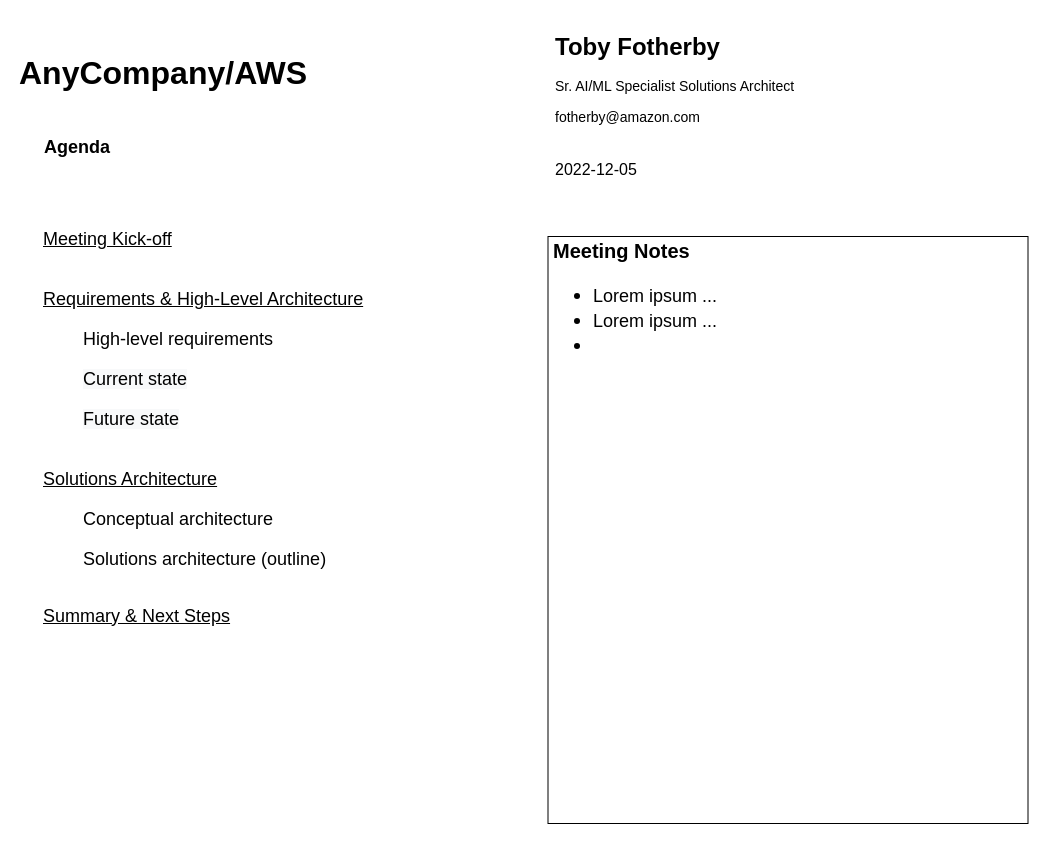
This is page "Agenda" (1 of 6) of AB2 - 2022-12-04-v1.drawio from fotoby/ab3, a draw.io file, before an edit. Source tidied: cells renumbered, new cells numbered last; positions are measured from the earlier drawing's top-left corner, leaving out a move shared by most shapes. Both pictures are drawn from the tidied source at 100%, with x=0, y=0 at pixel (17, 27).
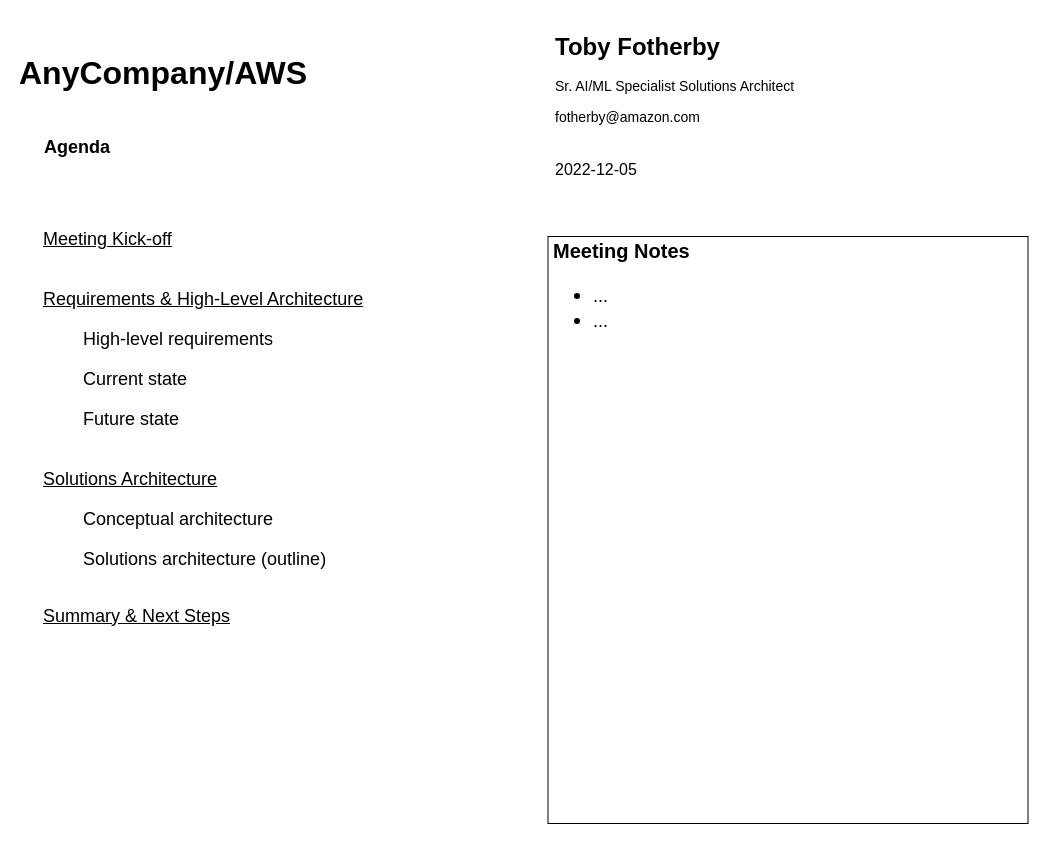
The same page after the edit.

Diff of the diagram source:
```diff
@@
 <mxGraphModel>
   <root>
     <mxCell id="0" />
     <mxCell id="1" parent="0" />
     <mxCell id="2" value="Agenda" style="text;html=1;strokeColor=none;fillColor=none;align=center;verticalAlign=middle;whiteSpace=wrap;rounded=0;shadow=0;fontSize=18;fontStyle=1;" parent="1" vertex="1">
       <mxGeometry x="30" y="105" width="60" height="30" as="geometry" />
     </mxCell>
     <mxCell id="3" value="&lt;u&gt;Meeting Kick-off&lt;/u&gt;" style="text;html=1;strokeColor=none;fillColor=none;align=left;verticalAlign=middle;whiteSpace=wrap;rounded=0;shadow=0;fontSize=18;" parent="1" vertex="1">
       <mxGeometry x="24" y="197" width="480" height="30" as="geometry" />
     </mxCell>
     <mxCell id="4" value="&lt;u&gt;Requirements &amp;amp; High-Level Architecture&lt;/u&gt;" style="text;html=1;strokeColor=none;fillColor=none;align=left;verticalAlign=middle;whiteSpace=wrap;rounded=0;shadow=0;fontSize=18;" parent="1" vertex="1">
       <mxGeometry x="24" y="257" width="480" height="30" as="geometry" />
     </mxCell>
     <mxCell id="5" value="&lt;u&gt;Solutions Architecture&lt;/u&gt;" style="text;html=1;strokeColor=none;fillColor=none;align=left;verticalAlign=middle;whiteSpace=wrap;rounded=0;shadow=0;fontSize=18;" parent="1" vertex="1">
       <mxGeometry x="24" y="437" width="480" height="30" as="geometry" />
     </mxCell>
     <mxCell id="6" value="&lt;u&gt;Summary &amp;amp; Next Steps&lt;/u&gt;" style="text;html=1;strokeColor=none;fillColor=none;align=left;verticalAlign=middle;whiteSpace=wrap;rounded=0;shadow=0;fontSize=18;" parent="1" vertex="1">
       <mxGeometry x="24" y="574" width="480" height="30" as="geometry" />
     </mxCell>
     <mxCell id="7" value="Conceptual architecture" style="text;html=1;strokeColor=none;fillColor=none;align=left;verticalAlign=middle;whiteSpace=wrap;rounded=0;shadow=0;fontSize=18;" parent="1" vertex="1">
       <mxGeometry x="64" y="477" width="480" height="30" as="geometry" />
     </mxCell>
     <mxCell id="8" value="Solutions architecture (outline)" style="text;html=1;strokeColor=none;fillColor=none;align=left;verticalAlign=middle;whiteSpace=wrap;rounded=0;shadow=0;fontSize=18;" parent="1" vertex="1">
       <mxGeometry x="64" y="517" width="480" height="30" as="geometry" />
     </mxCell>
     <mxCell id="9" value="High-level requirements" style="text;html=1;strokeColor=none;fillColor=none;align=left;verticalAlign=middle;whiteSpace=wrap;rounded=0;shadow=0;fontSize=18;" parent="1" vertex="1">
       <mxGeometry x="64" y="297" width="480" height="30" as="geometry" />
     </mxCell>
     <mxCell id="10" value="&lt;span style=&quot;caret-color: rgb(0, 0, 0); color: rgb(0, 0, 0); font-family: Helvetica; font-size: 18px; font-style: normal; font-variant-caps: normal; font-weight: 400; letter-spacing: normal; text-align: left; text-indent: 0px; text-transform: none; word-spacing: 0px; -webkit-text-stroke-width: 0px; background-color: rgb(248, 249, 250); text-decoration: none; float: none; display: inline !important;&quot;&gt;Future state&lt;/span&gt;" style="text;html=1;strokeColor=none;fillColor=none;align=left;verticalAlign=middle;whiteSpace=wrap;rounded=0;shadow=0;fontSize=18;" parent="1" vertex="1">
       <mxGeometry x="64" y="377" width="480" height="30" as="geometry" />
     </mxCell>
     <mxCell id="11" value="&lt;font style=&quot;font-size: 16px;&quot;&gt;2022-12-05&lt;/font&gt;" style="text;html=1;strokeColor=none;fillColor=none;align=left;verticalAlign=middle;whiteSpace=wrap;rounded=0;dashed=1;labelBackgroundColor=#FFFFFF;fontSize=24;fontColor=#000000;" parent="1" vertex="1">
       <mxGeometry x="536" y="125" width="143" height="30" as="geometry" />
     </mxCell>
     <mxCell id="12" value="&lt;font style=&quot;font-size: 32px;&quot;&gt;AnyCompany/AWS&lt;/font&gt;" style="text;html=1;strokeColor=none;fillColor=none;align=left;verticalAlign=middle;whiteSpace=wrap;rounded=0;shadow=0;fontSize=18;fontStyle=1;" parent="1" vertex="1">
       <mxGeometry y="31" width="329" height="29" as="geometry" />
     </mxCell>
     <mxCell id="13" value="&lt;span style=&quot;caret-color: rgb(0, 0, 0); color: rgb(0, 0, 0); font-family: Helvetica; font-size: 18px; font-style: normal; font-variant-caps: normal; font-weight: 400; letter-spacing: normal; text-align: left; text-indent: 0px; text-transform: none; word-spacing: 0px; -webkit-text-stroke-width: 0px; background-color: rgb(248, 249, 250); text-decoration: none; float: none; display: inline !important;&quot;&gt;Current state&lt;/span&gt;" style="text;html=1;strokeColor=none;fillColor=none;align=left;verticalAlign=middle;whiteSpace=wrap;rounded=0;shadow=0;fontSize=18;" parent="1" vertex="1">
       <mxGeometry x="64" y="337" width="480" height="30" as="geometry" />
     </mxCell>
     <mxCell id="14" value="&lt;h1&gt;Toby Fotherby&lt;/h1&gt;&lt;p style=&quot;font-size: 14px;&quot;&gt;&lt;font style=&quot;font-size: 14px;&quot;&gt;Sr. AI/ML Specialist Solutions Architect&lt;/font&gt;&lt;/p&gt;&lt;p style=&quot;font-size: 14px;&quot;&gt;&lt;font style=&quot;font-size: 14px;&quot;&gt;fotherby@amazon.com&lt;/font&gt;&lt;/p&gt;" style="text;html=1;strokeColor=none;fillColor=none;spacing=5;spacingTop=-20;whiteSpace=wrap;overflow=hidden;rounded=0;" parent="1" vertex="1">
       <mxGeometry x="533" width="281" height="120" as="geometry" />
     </mxCell>
-    <mxCell id="15" value="&lt;h1 style=&quot;font-size: 20px;&quot;&gt;&lt;font style=&quot;font-size: 20px;&quot;&gt;Meeting Notes&lt;/font&gt;&lt;/h1&gt;&lt;h1 style=&quot;font-size: 20px;&quot;&gt;&lt;ul&gt;&lt;li&gt;&lt;font style=&quot;font-size: 18px;&quot;&gt;&lt;span style=&quot;font-weight: normal;&quot;&gt;Lorem ipsum ...&lt;/span&gt;&lt;br&gt;&lt;/font&gt;&lt;/li&gt;&lt;li style=&quot;font-size: 20px;&quot;&gt;&lt;span style=&quot;font-weight: 400;&quot;&gt;&lt;font style=&quot;font-size: 18px;&quot;&gt;Lorem ipsum ...&lt;/font&gt;&lt;/span&gt;&lt;br&gt;&lt;/li&gt;&lt;li style=&quot;font-size: 20px;&quot;&gt;&lt;span style=&quot;font-weight: 400;&quot;&gt;&lt;font style=&quot;font-size: 18px;&quot;&gt;&lt;br&gt;&lt;/font&gt;&lt;/span&gt;&lt;/li&gt;&lt;/ul&gt;&lt;/h1&gt;" style="text;html=1;strokeColor=default;fillColor=none;spacing=5;spacingTop=-20;whiteSpace=wrap;overflow=hidden;rounded=0;shadow=0;" parent="1" vertex="1">
+    <mxCell id="15" value="&lt;h1 style=&quot;font-size: 20px;&quot;&gt;&lt;font style=&quot;font-size: 20px;&quot;&gt;Meeting Notes&lt;/font&gt;&lt;/h1&gt;&lt;h1 style=&quot;font-size: 20px;&quot;&gt;&lt;ul&gt;&lt;li&gt;&lt;font style=&quot;font-size: 18px;&quot;&gt;&lt;span style=&quot;font-weight: normal;&quot;&gt;...&lt;/span&gt;&lt;br&gt;&lt;/font&gt;&lt;/li&gt;&lt;li style=&quot;font-size: 20px;&quot;&gt;&lt;span style=&quot;font-weight: 400;&quot;&gt;&lt;font style=&quot;font-size: 18px;&quot;&gt;...&lt;/font&gt;&lt;/span&gt;&lt;/li&gt;&lt;/ul&gt;&lt;/h1&gt;" style="text;html=1;strokeColor=default;fillColor=none;spacing=5;spacingTop=-20;whiteSpace=wrap;overflow=hidden;rounded=0;shadow=0;" parent="1" vertex="1">
       <mxGeometry x="530.5" y="209" width="480" height="587" as="geometry" />
     </mxCell>
   </root>
 </mxGraphModel>
```
